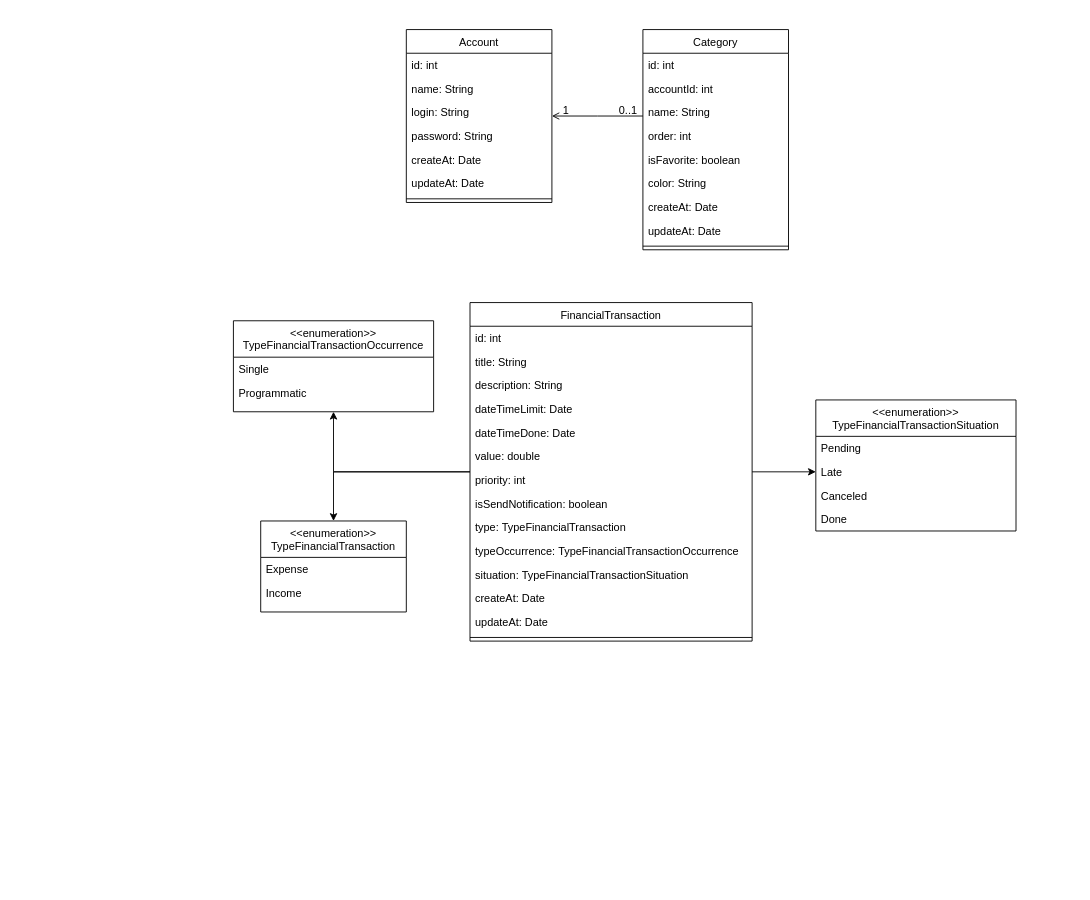
Earlier version of the draw.io diagram docs/class.diagram.drawio (Danrley-Ruan-Saquetti/esliph-finance). Source tidied: cells renumbered, new cells numbered last; positions are measured from the earlier drawing's top-left corner, leaving out a move shared by most shapes. Both pictures are drawn from the tidied source at 91%, with x=0, y=0 at pixel (233, 29).
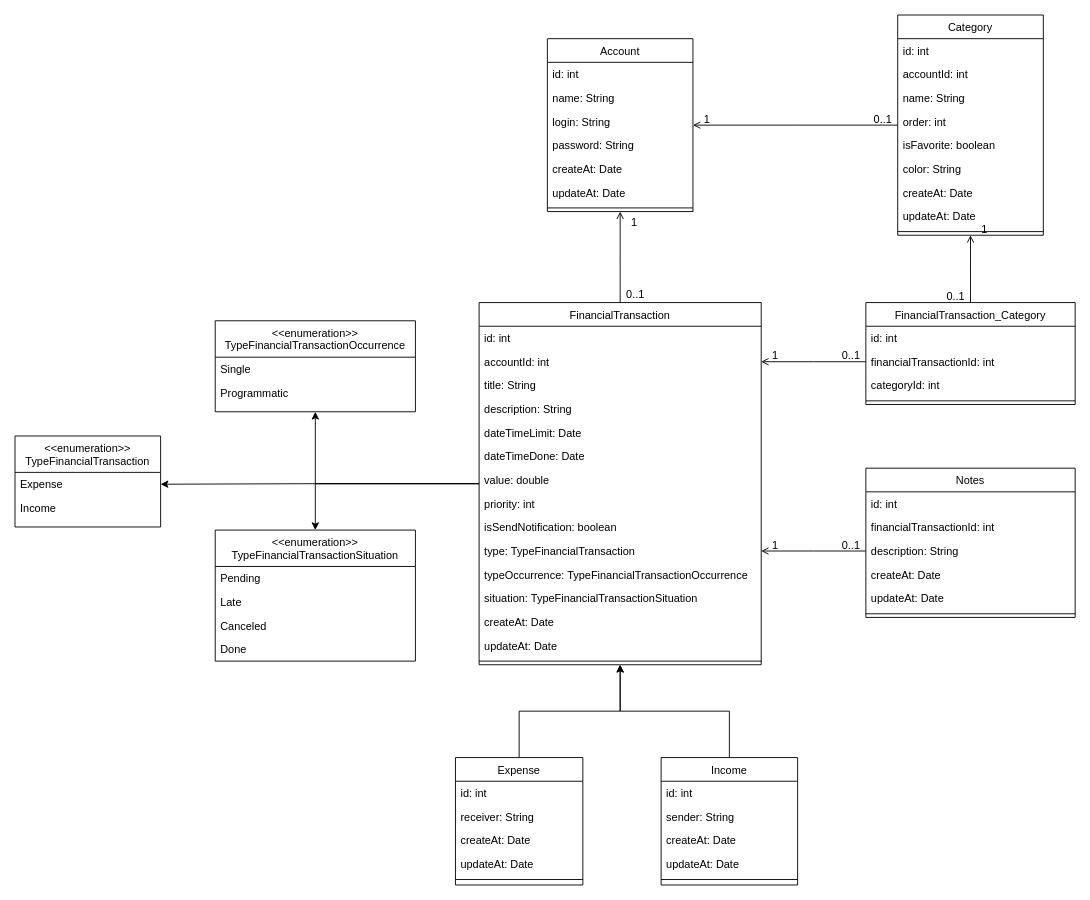
After the change.

Unchanged cells that the change refers to:
```xml
<mxCell id="42" value="Expense" style="text;align=left;verticalAlign=top;spacingLeft=4;spacingRight=4;overflow=hidden;points=[[0,0.5],[1,0.5]];portConstraint=eastwest;" parent="41" vertex="1">
  <mxGeometry y="40" width="160" height="26" as="geometry" />
</mxCell>
<mxCell id="49" value="Late" style="text;align=left;verticalAlign=top;spacingLeft=4;spacingRight=4;overflow=hidden;points=[[0,0.5],[1,0.5]];portConstraint=eastwest;" parent="47" vertex="1">
  <mxGeometry y="66" width="220" height="26" as="geometry" />
</mxCell>
```

Change to the diagram source:
```diff
@@
     <mxCell id="2" value="Account" style="swimlane;fontStyle=0;align=center;verticalAlign=top;horizontal=1;startSize=26;rounded=0;shadow=0;strokeWidth=1;" parent="1" vertex="1">
-      <mxGeometry x="190" width="160" height="190" as="geometry" />
+      <mxGeometry x="345" y="10" width="160" height="190" as="geometry" />
     </mxCell>
@@
     <mxCell id="10" value="Category" style="swimlane;fontStyle=0;align=center;verticalAlign=top;horizontal=1;startSize=26;rounded=0;shadow=0;strokeWidth=1;" parent="1" vertex="1">
-      <mxGeometry x="450" width="160" height="242" as="geometry" />
+      <mxGeometry x="730" y="-16" width="160" height="242" as="geometry" />
     </mxCell>
@@
-    <mxCell id="23" style="edgeStyle=orthogonalEdgeStyle;rounded=0;jettySize=auto;html=1;entryX=0.5;entryY=0;entryDx=0;entryDy=0;" parent="1" edge="1" source="26" target="41">
+    <mxCell id="23" style="edgeStyle=orthogonalEdgeStyle;rounded=0;jettySize=auto;html=1;entryX=1;entryY=0.5;entryDx=0;entryDy=0;" parent="1" edge="1" source="26" target="42">
       <mxGeometry relative="1" as="geometry" />
     </mxCell>
@@
-    <mxCell id="25" style="edgeStyle=orthogonalEdgeStyle;rounded=0;jettySize=auto;html=1;entryX=0;entryY=0.5;entryDx=0;entryDy=0;" parent="1" edge="1" source="26" target="49">
+    <mxCell id="25" style="edgeStyle=orthogonalEdgeStyle;rounded=0;jettySize=auto;html=1;entryX=0.5;entryY=0;entryDx=0;entryDy=0;" parent="1" edge="1" source="26" target="47">
       <mxGeometry relative="1" as="geometry" />
     </mxCell>
     <mxCell id="26" value="FinancialTransaction" style="swimlane;fontStyle=0;align=center;verticalAlign=top;horizontal=1;startSize=26;rounded=0;shadow=0;strokeWidth=1;" parent="1" vertex="1">
-      <mxGeometry x="260" y="300" width="310" height="372" as="geometry" />
+      <mxGeometry x="270" y="300" width="310" height="398" as="geometry" />
     </mxCell>
@@
+    <mxCell id="52" value="accountId: int" style="text;align=left;verticalAlign=top;spacingLeft=4;spacingRight=4;overflow=hidden;points=[[0,0.5],[1,0.5]];portConstraint=eastwest;" parent="26" vertex="1">
+      <mxGeometry y="52" width="310" height="26" as="geometry" />
+    </mxCell>
     <mxCell id="28" value="title: String" style="text;align=left;verticalAlign=top;spacingLeft=4;spacingRight=4;overflow=hidden;" parent="26" vertex="1">
-      <mxGeometry y="52" width="310" height="26" as="geometry" />
+      <mxGeometry y="78" width="310" height="26" as="geometry" />
     </mxCell>
     <mxCell id="29" value="description: String" style="text;align=left;verticalAlign=top;spacingLeft=4;spacingRight=4;overflow=hidden;" parent="26" vertex="1">
-      <mxGeometry y="78" width="310" height="26" as="geometry" />
+      <mxGeometry y="104" width="310" height="26" as="geometry" />
     </mxCell>
     <mxCell id="30" value="dateTimeLimit: Date" style="text;align=left;verticalAlign=top;spacingLeft=4;spacingRight=4;overflow=hidden;" parent="26" vertex="1">
-      <mxGeometry y="104" width="310" height="26" as="geometry" />
+      <mxGeometry y="130" width="310" height="26" as="geometry" />
     </mxCell>
     <mxCell id="31" value="dateTimeDone: Date" style="text;align=left;verticalAlign=top;spacingLeft=4;spacingRight=4;overflow=hidden;" parent="26" vertex="1">
-      <mxGeometry y="130" width="310" height="26" as="geometry" />
+      <mxGeometry y="156" width="310" height="26" as="geometry" />
     </mxCell>
     <mxCell id="32" value="value: double" style="text;align=left;verticalAlign=top;spacingLeft=4;spacingRight=4;overflow=hidden;" parent="26" vertex="1">
-      <mxGeometry y="156" width="310" height="26" as="geometry" />
+      <mxGeometry y="182" width="310" height="26" as="geometry" />
     </mxCell>
     <mxCell id="33" value="priority: int" style="text;align=left;verticalAlign=top;spacingLeft=4;spacingRight=4;overflow=hidden;" parent="26" vertex="1">
-      <mxGeometry y="182" width="310" height="26" as="geometry" />
+      <mxGeometry y="208" width="310" height="26" as="geometry" />
     </mxCell>
     <mxCell id="34" value="isSendNotification: boolean" style="text;align=left;verticalAlign=top;spacingLeft=4;spacingRight=4;overflow=hidden;" parent="26" vertex="1">
-      <mxGeometry y="208" width="310" height="26" as="geometry" />
+      <mxGeometry y="234" width="310" height="26" as="geometry" />
     </mxCell>
     <mxCell id="35" value="type: TypeFinancialTransaction" style="text;align=left;verticalAlign=top;spacingLeft=4;spacingRight=4;overflow=hidden;points=[[0,0.5],[1,0.5]];portConstraint=eastwest;" parent="26" vertex="1">
-      <mxGeometry y="234" width="310" height="26" as="geometry" />
+      <mxGeometry y="260" width="310" height="26" as="geometry" />
     </mxCell>
     <mxCell id="36" value="typeOccurrence: TypeFinancialTransactionOccurrence" style="text;align=left;verticalAlign=top;spacingLeft=4;spacingRight=4;overflow=hidden;" parent="26" vertex="1">
-      <mxGeometry y="260" width="310" height="26" as="geometry" />
+      <mxGeometry y="286" width="310" height="26" as="geometry" />
     </mxCell>
     <mxCell id="37" value="situation: TypeFinancialTransactionSituation" style="text;align=left;verticalAlign=top;spacingLeft=4;spacingRight=4;overflow=hidden;" parent="26" vertex="1">
-      <mxGeometry y="286" width="310" height="26" as="geometry" />
+      <mxGeometry y="312" width="310" height="26" as="geometry" />
     </mxCell>
     <mxCell id="38" value="createAt: Date" style="text;align=left;verticalAlign=top;spacingLeft=4;spacingRight=4;overflow=hidden;rounded=0;shadow=0;html=0;" parent="26" vertex="1">
-      <mxGeometry y="312" width="310" height="26" as="geometry" />
+      <mxGeometry y="338" width="310" height="26" as="geometry" />
     </mxCell>
     <mxCell id="39" value="updateAt: Date" style="text;align=left;verticalAlign=top;spacingLeft=4;spacingRight=4;overflow=hidden;rounded=0;shadow=0;html=0;" parent="26" vertex="1">
-      <mxGeometry y="338" width="310" height="26" as="geometry" />
+      <mxGeometry y="364" width="310" height="26" as="geometry" />
     </mxCell>
     <mxCell id="40" style="line;html=1;strokeWidth=1;align=left;verticalAlign=middle;spacingTop=-1;spacingLeft=3;spacingRight=3;labelPosition=right;" parent="26" vertex="1">
-      <mxGeometry y="364" width="310" height="8" as="geometry" />
+      <mxGeometry y="390" width="310" height="8" as="geometry" />
     </mxCell>
     <mxCell id="41" value="&lt;&lt;enumeration&gt;&gt;&#10;TypeFinancialTransaction" style="swimlane;fontStyle=0;align=center;verticalAlign=top;horizontal=1;startSize=40;rounded=0;shadow=0;strokeWidth=1;" parent="1" vertex="1">
-      <mxGeometry x="30" y="540" width="160" height="100" as="geometry" />
+      <mxGeometry x="-240" y="446.6" width="160" height="100" as="geometry" />
     </mxCell>
@@
     <mxCell id="44" value="&lt;&lt;enumeration&gt;&gt;&#10;TypeFinancialTransactionOccurrence" style="swimlane;fontStyle=0;align=center;verticalAlign=top;horizontal=1;startSize=40;rounded=0;shadow=0;strokeWidth=1;" parent="1" vertex="1">
-      <mxGeometry y="320" width="220" height="100" as="geometry" />
+      <mxGeometry x="-20" y="320" width="220" height="100" as="geometry" />
     </mxCell>
@@
     <mxCell id="47" value="&lt;&lt;enumeration&gt;&gt;&#10;TypeFinancialTransactionSituation" style="swimlane;fontStyle=0;align=center;verticalAlign=top;horizontal=1;startSize=40;rounded=0;shadow=0;strokeWidth=1;" parent="1" vertex="1">
-      <mxGeometry x="640" y="407" width="220" height="144" as="geometry" />
+      <mxGeometry x="-20" y="550" width="220" height="144" as="geometry" />
     </mxCell>
@@
+    <mxCell id="53" style="edgeStyle=orthogonalEdgeStyle;rounded=0;jettySize=auto;html=1;entryX=0.5;entryY=1;entryDx=0;entryDy=0;" parent="1" edge="1" source="54" target="26">
+      <mxGeometry relative="1" as="geometry" />
+    </mxCell>
+    <mxCell id="54" value="Expense" style="swimlane;fontStyle=0;align=center;verticalAlign=top;horizontal=1;startSize=26;rounded=0;shadow=0;strokeWidth=1;" parent="1" vertex="1">
+      <mxGeometry x="244" y="800" width="140" height="140" as="geometry" />
+    </mxCell>
+    <mxCell id="55" value="id: int" style="text;align=left;verticalAlign=top;spacingLeft=4;spacingRight=4;overflow=hidden;" parent="54" vertex="1">
+      <mxGeometry y="26" width="140" height="26" as="geometry" />
+    </mxCell>
+    <mxCell id="56" value="receiver: String" style="text;align=left;verticalAlign=top;spacingLeft=4;spacingRight=4;overflow=hidden;" parent="54" vertex="1">
+      <mxGeometry y="52" width="140" height="26" as="geometry" />
+    </mxCell>
+    <mxCell id="57" value="createAt: Date" style="text;align=left;verticalAlign=top;spacingLeft=4;spacingRight=4;overflow=hidden;rounded=0;shadow=0;html=0;" parent="54" vertex="1">
+      <mxGeometry y="78" width="140" height="26" as="geometry" />
+    </mxCell>
+    <mxCell id="58" value="updateAt: Date" style="text;align=left;verticalAlign=top;spacingLeft=4;spacingRight=4;overflow=hidden;rounded=0;shadow=0;html=0;" parent="54" vertex="1">
+      <mxGeometry y="104" width="140" height="26" as="geometry" />
+    </mxCell>
+    <mxCell id="59" style="line;html=1;strokeWidth=1;align=left;verticalAlign=middle;spacingTop=-1;spacingLeft=3;spacingRight=3;labelPosition=right;" parent="54" vertex="1">
+      <mxGeometry y="130" width="140" height="8" as="geometry" />
+    </mxCell>
+    <mxCell id="60" style="edgeStyle=orthogonalEdgeStyle;rounded=0;jettySize=auto;html=1;entryX=0.5;entryY=1;entryDx=0;entryDy=0;" parent="1" edge="1" source="61" target="26">
+      <mxGeometry relative="1" as="geometry" />
+    </mxCell>
+    <mxCell id="61" value="Income" style="swimlane;fontStyle=0;align=center;verticalAlign=top;horizontal=1;startSize=26;rounded=0;shadow=0;strokeWidth=1;" parent="1" vertex="1">
+      <mxGeometry x="470" y="800" width="150" height="140" as="geometry" />
+    </mxCell>
+    <mxCell id="62" value="id: int" style="text;align=left;verticalAlign=top;spacingLeft=4;spacingRight=4;overflow=hidden;" parent="61" vertex="1">
+      <mxGeometry y="26" width="150" height="26" as="geometry" />
+    </mxCell>
+    <mxCell id="63" value="sender: String" style="text;align=left;verticalAlign=top;spacingLeft=4;spacingRight=4;overflow=hidden;" parent="61" vertex="1">
+      <mxGeometry y="52" width="150" height="26" as="geometry" />
+    </mxCell>
+    <mxCell id="64" value="createAt: Date" style="text;align=left;verticalAlign=top;spacingLeft=4;spacingRight=4;overflow=hidden;rounded=0;shadow=0;html=0;" parent="61" vertex="1">
+      <mxGeometry y="78" width="150" height="26" as="geometry" />
+    </mxCell>
+    <mxCell id="65" value="updateAt: Date" style="text;align=left;verticalAlign=top;spacingLeft=4;spacingRight=4;overflow=hidden;rounded=0;shadow=0;html=0;" parent="61" vertex="1">
+      <mxGeometry y="104" width="150" height="26" as="geometry" />
+    </mxCell>
+    <mxCell id="66" style="line;html=1;strokeWidth=1;align=left;verticalAlign=middle;spacingTop=-1;spacingLeft=3;spacingRight=3;labelPosition=right;" parent="61" vertex="1">
+      <mxGeometry y="130" width="150" height="8" as="geometry" />
+    </mxCell>
+    <mxCell id="67" style="endArrow=open;shadow=0;strokeWidth=1;rounded=0;endFill=1;edgeStyle=elbowEdgeStyle;elbow=vertical;entryX=0.5;entryY=1;entryDx=0;entryDy=0;exitX=0.5;exitY=0;exitDx=0;exitDy=0;" parent="1" edge="1" source="26" target="2">
+      <mxGeometry x="0.5" y="41" relative="1" as="geometry">
+        <mxPoint x="-40" y="32" as="offset" />
+      </mxGeometry>
+    </mxCell>
+    <mxCell id="68" value="0..1" style="align=left;verticalAlign=bottom;labelBackgroundColor=none;fontSize=12;" parent="67" vertex="1">
+      <mxGeometry x="-1" relative="1" as="geometry">
+        <mxPoint x="5" as="offset" />
+      </mxGeometry>
+    </mxCell>
+    <mxCell id="69" value="1" style="align=right;verticalAlign=bottom;labelBackgroundColor=none;fontSize=12;" parent="67" vertex="1">
+      <mxGeometry x="1" relative="1" as="geometry">
+        <mxPoint x="20" y="20" as="offset" />
+      </mxGeometry>
+    </mxCell>
+    <mxCell id="70" value="FinancialTransaction_Category" style="swimlane;fontStyle=0;align=center;verticalAlign=top;horizontal=1;startSize=26;rounded=0;shadow=0;strokeWidth=1;" parent="1" vertex="1">
+      <mxGeometry x="695" y="300" width="230" height="112" as="geometry" />
+    </mxCell>
+    <mxCell id="71" value="id: int" style="text;align=left;verticalAlign=top;spacingLeft=4;spacingRight=4;overflow=hidden;" parent="70" vertex="1">
+      <mxGeometry y="26" width="230" height="26" as="geometry" />
+    </mxCell>
+    <mxCell id="72" value="financialTransactionId: int" style="text;align=left;verticalAlign=top;spacingLeft=4;spacingRight=4;overflow=hidden;points=[[0,0.5],[1,0.5]];portConstraint=eastwest;" parent="70" vertex="1">
+      <mxGeometry y="52" width="230" height="26" as="geometry" />
+    </mxCell>
+    <mxCell id="73" value="categoryId: int" style="text;align=left;verticalAlign=top;spacingLeft=4;spacingRight=4;overflow=hidden;" parent="70" vertex="1">
+      <mxGeometry y="78" width="230" height="26" as="geometry" />
+    </mxCell>
+    <mxCell id="74" style="line;html=1;strokeWidth=1;align=left;verticalAlign=middle;spacingTop=-1;spacingLeft=3;spacingRight=3;labelPosition=right;" parent="70" vertex="1">
+      <mxGeometry y="104" width="230" height="8" as="geometry" />
+    </mxCell>
+    <mxCell id="75" style="endArrow=open;shadow=0;strokeWidth=1;rounded=0;endFill=1;edgeStyle=elbowEdgeStyle;elbow=vertical;exitX=0.5;exitY=0;exitDx=0;exitDy=0;entryX=0.5;entryY=1;entryDx=0;entryDy=0;" parent="1" edge="1" source="70" target="10">
+      <mxGeometry x="0.5" y="41" relative="1" as="geometry">
+        <mxPoint x="-40" y="32" as="offset" />
+      </mxGeometry>
+    </mxCell>
+    <mxCell id="76" value="0..1" style="align=left;verticalAlign=bottom;labelBackgroundColor=none;fontSize=12;" parent="75" vertex="1">
+      <mxGeometry x="-1" relative="1" as="geometry">
+        <mxPoint x="-28" y="2" as="offset" />
+      </mxGeometry>
+    </mxCell>
+    <mxCell id="77" value="1" style="align=right;verticalAlign=bottom;labelBackgroundColor=none;fontSize=12;" parent="75" vertex="1">
+      <mxGeometry x="1" relative="1" as="geometry">
+        <mxPoint x="20" y="2" as="offset" />
+      </mxGeometry>
+    </mxCell>
+    <mxCell id="78" style="endArrow=open;shadow=0;strokeWidth=1;rounded=0;endFill=1;edgeStyle=elbowEdgeStyle;elbow=vertical;entryX=1;entryY=0.5;entryDx=0;entryDy=0;exitX=0;exitY=0.5;exitDx=0;exitDy=0;" parent="1" edge="1" source="72" target="52">
+      <mxGeometry x="0.5" y="41" relative="1" as="geometry">
+        <mxPoint x="-40" y="32" as="offset" />
+      </mxGeometry>
+    </mxCell>
+    <mxCell id="79" value="0..1" style="align=left;verticalAlign=bottom;labelBackgroundColor=none;fontSize=12;" parent="78" vertex="1">
+      <mxGeometry x="-1" relative="1" as="geometry">
+        <mxPoint x="-28" y="2" as="offset" />
+      </mxGeometry>
+    </mxCell>
+    <mxCell id="80" value="1" style="align=right;verticalAlign=bottom;labelBackgroundColor=none;fontSize=12;" parent="78" vertex="1">
+      <mxGeometry x="1" relative="1" as="geometry">
+        <mxPoint x="20" y="2" as="offset" />
+      </mxGeometry>
+    </mxCell>
+    <mxCell id="81" value="Notes" style="swimlane;fontStyle=0;align=center;verticalAlign=top;horizontal=1;startSize=26;rounded=0;shadow=0;strokeWidth=1;" parent="1" vertex="1">
+      <mxGeometry x="695" y="482" width="230" height="164" as="geometry" />
+    </mxCell>
+    <mxCell id="82" value="id: int" style="text;align=left;verticalAlign=top;spacingLeft=4;spacingRight=4;overflow=hidden;" parent="81" vertex="1">
+      <mxGeometry y="26" width="230" height="26" as="geometry" />
+    </mxCell>
+    <mxCell id="83" value="financialTransactionId: int" style="text;align=left;verticalAlign=top;spacingLeft=4;spacingRight=4;overflow=hidden;" parent="81" vertex="1">
+      <mxGeometry y="52" width="230" height="26" as="geometry" />
+    </mxCell>
+    <mxCell id="84" value="description: String" style="text;align=left;verticalAlign=top;spacingLeft=4;spacingRight=4;overflow=hidden;points=[[0,0.5],[1,0.5]];portConstraint=eastwest;" parent="81" vertex="1">
+      <mxGeometry y="78" width="230" height="26" as="geometry" />
+    </mxCell>
+    <mxCell id="85" value="createAt: Date" style="text;align=left;verticalAlign=top;spacingLeft=4;spacingRight=4;overflow=hidden;rounded=0;shadow=0;html=0;" parent="81" vertex="1">
+      <mxGeometry y="104" width="230" height="26" as="geometry" />
+    </mxCell>
+    <mxCell id="86" value="updateAt: Date" style="text;align=left;verticalAlign=top;spacingLeft=4;spacingRight=4;overflow=hidden;rounded=0;shadow=0;html=0;" parent="81" vertex="1">
+      <mxGeometry y="130" width="230" height="26" as="geometry" />
+    </mxCell>
+    <mxCell id="87" style="line;html=1;strokeWidth=1;align=left;verticalAlign=middle;spacingTop=-1;spacingLeft=3;spacingRight=3;labelPosition=right;" parent="81" vertex="1">
+      <mxGeometry y="156" width="230" height="8" as="geometry" />
+    </mxCell>
+    <mxCell id="88" style="endArrow=open;shadow=0;strokeWidth=1;rounded=0;endFill=1;edgeStyle=elbowEdgeStyle;elbow=vertical;entryX=1;entryY=0.5;entryDx=0;entryDy=0;exitX=0;exitY=0.5;exitDx=0;exitDy=0;" parent="1" edge="1" source="84" target="35">
+      <mxGeometry x="0.5" y="41" relative="1" as="geometry">
+        <mxPoint x="-40" y="32" as="offset" />
+      </mxGeometry>
+    </mxCell>
+    <mxCell id="89" value="0..1" style="align=left;verticalAlign=bottom;labelBackgroundColor=none;fontSize=12;" parent="88" vertex="1">
+      <mxGeometry x="-1" relative="1" as="geometry">
+        <mxPoint x="-28" y="2" as="offset" />
+      </mxGeometry>
+    </mxCell>
+    <mxCell id="90" value="1" style="align=right;verticalAlign=bottom;labelBackgroundColor=none;fontSize=12;" parent="88" vertex="1">
+      <mxGeometry x="1" relative="1" as="geometry">
+        <mxPoint x="20" y="2" as="offset" />
+      </mxGeometry>
+    </mxCell>
```
